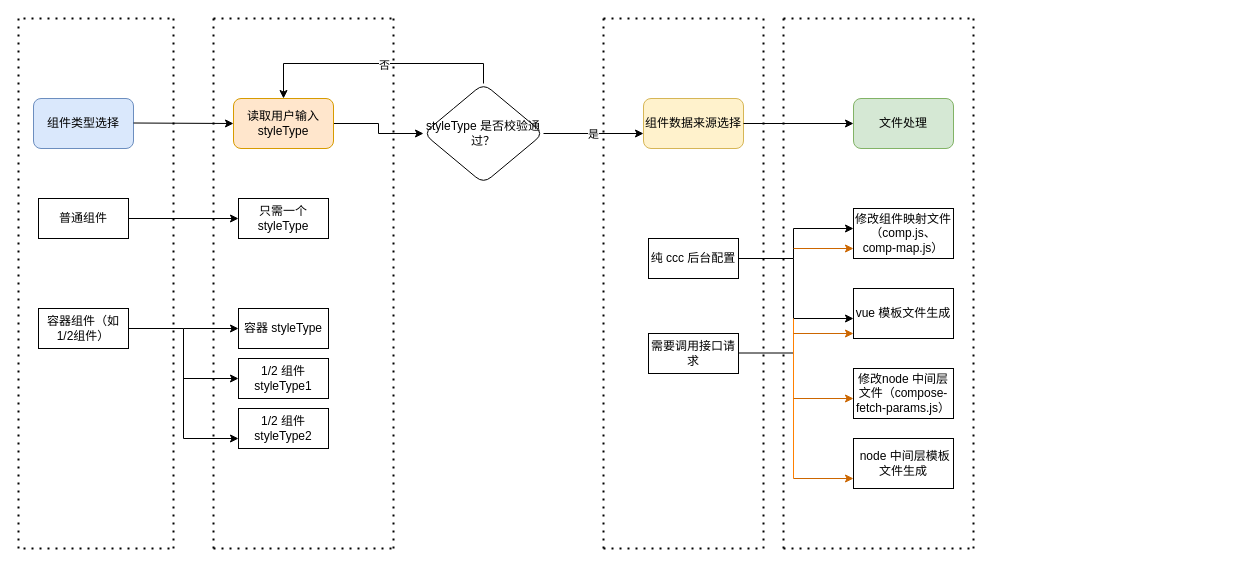
Before: 未命名绘图.drawio in xiaoming-hetao/fileHandler, a draw.io diagram. Source tidied: cells renumbered, new cells numbered last; positions are measured from the earlier drawing's top-left corner, leaving out a move shared by most shapes. Both pictures are drawn from the tidied source at 100%, with x=0, y=0 at pixel (18, 18).
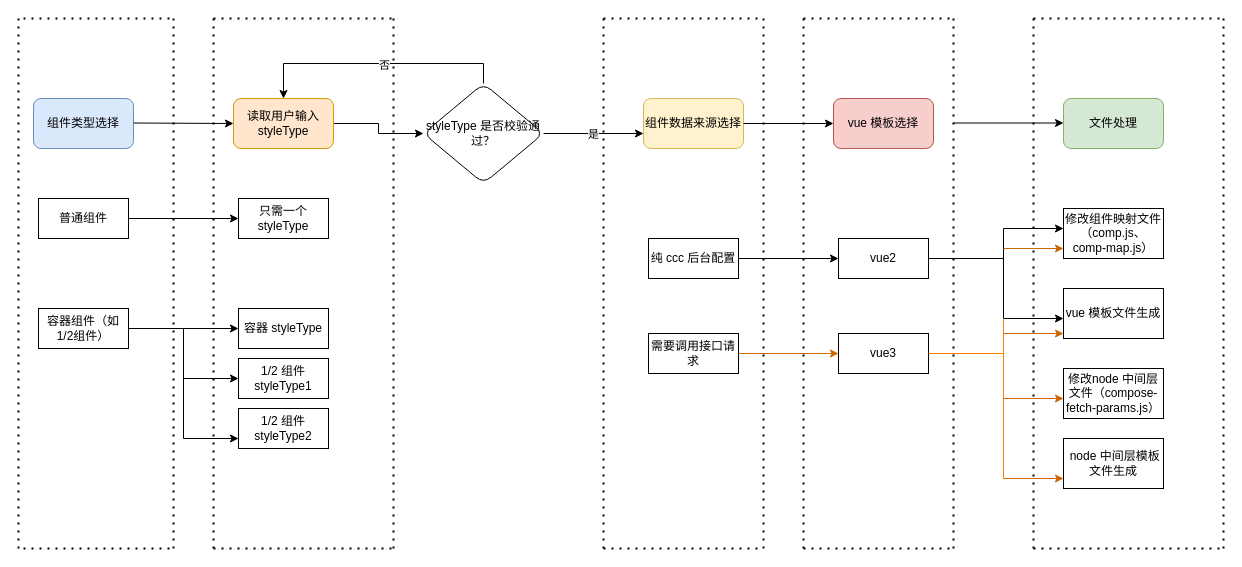
Above is the later version.

Commit message:
更新未命名绘图.drawio

Unchanged cells that the change refers to:
```xml
<mxCell id="5" value="组件数据来源选择" style="rounded=1;whiteSpace=wrap;html=1;fillColor=#fff2cc;strokeColor=#d6b656;" parent="1" vertex="1">
  <mxGeometry x="625" y="80" width="100" height="50" as="geometry" />
</mxCell>
<mxCell id="23" value="需要调用接口请求" style="rounded=0;whiteSpace=wrap;html=1;" parent="1" vertex="1">
  <mxGeometry x="630" y="315" width="90" height="40" as="geometry" />
</mxCell>
```

What changed in the source:
```diff
@@
-    <mxCell id="24" value="文件处理" style="rounded=1;whiteSpace=wrap;html=1;fillColor=#d5e8d4;strokeColor=#82b366;" parent="1" vertex="1">
-      <mxGeometry x="835" y="80" width="100" height="50" as="geometry" />
+    <mxCell id="24" value="vue 模板选择" style="rounded=1;whiteSpace=wrap;html=1;fillColor=#f8cecc;strokeColor=#b85450;" parent="1" vertex="1">
+      <mxGeometry x="815" y="80" width="100" height="50" as="geometry" />
     </mxCell>
     <mxCell id="25" value="修改组件映射文件（comp.js、comp-map.js）" style="rounded=0;whiteSpace=wrap;html=1;" parent="1" vertex="1">
-      <mxGeometry x="835" y="190" width="100" height="50" as="geometry" />
+      <mxGeometry x="1045" y="190" width="100" height="50" as="geometry" />
     </mxCell>
     <mxCell id="26" value="修改node 中间层文件（compose-fetch-params.js）" style="rounded=0;whiteSpace=wrap;html=1;" parent="1" vertex="1">
-      <mxGeometry x="835" y="350" width="100" height="50" as="geometry" />
+      <mxGeometry x="1045" y="350" width="100" height="50" as="geometry" />
     </mxCell>
     <mxCell id="27" value="vue 模板文件生成" style="rounded=0;whiteSpace=wrap;html=1;" parent="1" vertex="1">
-      <mxGeometry x="835" y="270" width="100" height="50" as="geometry" />
+      <mxGeometry x="1045" y="270" width="100" height="50" as="geometry" />
     </mxCell>
     <mxCell id="28" value="&amp;nbsp;node 中间层模板文件生成" style="rounded=0;whiteSpace=wrap;html=1;" parent="1" vertex="1">
-      <mxGeometry x="835" y="420" width="100" height="50" as="geometry" />
+      <mxGeometry x="1045" y="420" width="100" height="50" as="geometry" />
     </mxCell>
     <mxCell id="29" style="endArrow=classic;html=1;rounded=0;" parent="1" edge="1">
       <mxGeometry relative="1" as="geometry">
-        <mxPoint x="775" y="210" as="sourcePoint" />
-        <mxPoint x="835" y="210" as="targetPoint" />
+        <mxPoint x="985" y="210" as="sourcePoint" />
+        <mxPoint x="1045" y="210" as="targetPoint" />
       </mxGeometry>
     </mxCell>
-    <mxCell id="30" style="endArrow=none;html=1;rounded=0;" parent="1" edge="1">
+    <mxCell id="30" style="endArrow=none;html=1;rounded=0;exitX=1;exitY=0.5;exitDx=0;exitDy=0;" parent="1" edge="1" source="64">
       <mxGeometry relative="1" as="geometry">
-        <mxPoint x="720" y="240" as="sourcePoint" />
-        <mxPoint x="775" y="240" as="targetPoint" />
+        <mxPoint x="985" y="240" as="targetPoint" />
       </mxGeometry>
     </mxCell>
     <mxCell id="31" style="endArrow=none;html=1;rounded=0;" parent="1" edge="1">
       <mxGeometry relative="1" as="geometry">
-        <mxPoint x="775" y="240" as="sourcePoint" />
-        <mxPoint x="775" y="210" as="targetPoint" />
+        <mxPoint x="985" y="240" as="sourcePoint" />
+        <mxPoint x="985" y="210" as="targetPoint" />
       </mxGeometry>
     </mxCell>
     <mxCell id="32" style="endArrow=none;html=1;rounded=0;" parent="1" edge="1">
       <mxGeometry relative="1" as="geometry">
-        <mxPoint x="775" y="300" as="sourcePoint" />
-        <mxPoint x="775" y="240" as="targetPoint" />
+        <mxPoint x="985" y="300" as="sourcePoint" />
+        <mxPoint x="985" y="240" as="targetPoint" />
       </mxGeometry>
     </mxCell>
     <mxCell id="33" style="endArrow=classic;html=1;rounded=0;" parent="1" edge="1">
       <mxGeometry relative="1" as="geometry">
-        <mxPoint x="775" y="300" as="sourcePoint" />
-        <mxPoint x="835" y="300" as="targetPoint" />
+        <mxPoint x="985" y="300" as="sourcePoint" />
+        <mxPoint x="1045" y="300" as="targetPoint" />
       </mxGeometry>
     </mxCell>
-    <mxCell id="34" style="endArrow=none;html=1;rounded=0;" parent="1" edge="1">
-      <mxGeometry relative="1" as="geometry">
-        <mxPoint x="720" y="334.5" as="sourcePoint" />
-        <mxPoint x="775" y="334.5" as="targetPoint" />
-      </mxGeometry>
-    </mxCell>
     <mxCell id="35" style="endArrow=none;html=1;rounded=0;strokeColor=#FF8000;" parent="1" edge="1">
       <mxGeometry relative="1" as="geometry">
-        <mxPoint x="775" y="460" as="sourcePoint" />
-        <mxPoint x="775" y="300" as="targetPoint" />
+        <mxPoint x="985" y="460" as="sourcePoint" />
+        <mxPoint x="985" y="300" as="targetPoint" />
       </mxGeometry>
     </mxCell>
     <mxCell id="36" style="endArrow=classic;html=1;rounded=0;strokeColor=#CC6600;" parent="1" edge="1">
       <mxGeometry relative="1" as="geometry">
-        <mxPoint x="775" y="315" as="sourcePoint" />
-        <mxPoint x="835" y="315" as="targetPoint" />
+        <mxPoint x="985" y="315" as="sourcePoint" />
+        <mxPoint x="1045" y="315" as="targetPoint" />
       </mxGeometry>
     </mxCell>
     <mxCell id="37" style="endArrow=classic;html=1;rounded=0;strokeColor=#CC6600;" parent="1" edge="1">
       <mxGeometry relative="1" as="geometry">
-        <mxPoint x="775" y="230" as="sourcePoint" />
-        <mxPoint x="835" y="230" as="targetPoint" />
+        <mxPoint x="985" y="230" as="sourcePoint" />
+        <mxPoint x="1045" y="230" as="targetPoint" />
       </mxGeometry>
     </mxCell>
     <mxCell id="38" style="endArrow=classic;html=1;rounded=0;strokeColor=#CC6600;" parent="1" edge="1">
       <mxGeometry relative="1" as="geometry">
-        <mxPoint x="775" y="380" as="sourcePoint" />
-        <mxPoint x="835" y="380" as="targetPoint" />
+        <mxPoint x="985" y="380" as="sourcePoint" />
+        <mxPoint x="1045" y="380" as="targetPoint" />
       </mxGeometry>
     </mxCell>
     <mxCell id="39" style="endArrow=classic;html=1;rounded=0;strokeColor=#CC6600;" parent="1" edge="1">
       <mxGeometry relative="1" as="geometry">
-        <mxPoint x="775" y="460" as="sourcePoint" />
-        <mxPoint x="835" y="460" as="targetPoint" />
+        <mxPoint x="985" y="460" as="sourcePoint" />
+        <mxPoint x="1045" y="460" as="targetPoint" />
       </mxGeometry>
     </mxCell>
-    <mxCell id="40" style="endArrow=classic;html=1;rounded=0;exitX=1;exitY=0.5;exitDx=0;exitDy=0;entryX=0;entryY=0.5;entryDx=0;entryDy=0;" parent="1" edge="1" source="5" target="24">
-      <mxGeometry relative="1" as="geometry" />
+    <mxCell id="40" style="endArrow=classic;html=1;rounded=0;exitX=1;exitY=0.5;exitDx=0;exitDy=0;" parent="1" edge="1" source="5">
+      <mxGeometry relative="1" as="geometry">
+        <mxPoint x="815" y="105" as="targetPoint" />
+      </mxGeometry>
     </mxCell>
@@
     <mxCell id="48" style="endArrow=none;dashed=1;html=1;dashPattern=1 3;strokeWidth=2;rounded=0;" parent="1" edge="1">
       <mxGeometry relative="1" as="geometry">
-        <mxPoint x="955" y="530" as="sourcePoint" />
-        <mxPoint x="955" as="targetPoint" />
+        <mxPoint x="1205" y="530" as="sourcePoint" />
+        <mxPoint x="1205" as="targetPoint" />
       </mxGeometry>
     </mxCell>
@@
     <mxCell id="55" style="endArrow=none;dashed=1;html=1;dashPattern=1 3;strokeWidth=2;rounded=0;" parent="1" edge="1">
       <mxGeometry relative="1" as="geometry">
-        <mxPoint x="765" y="530" as="sourcePoint" />
-        <mxPoint x="765" as="targetPoint" />
+        <mxPoint x="1015" y="530" as="sourcePoint" />
+        <mxPoint x="1015" as="targetPoint" />
       </mxGeometry>
     </mxCell>
     <mxCell id="56" style="endArrow=none;dashed=1;html=1;dashPattern=1 3;strokeWidth=2;rounded=0;" parent="1" edge="1">
       <mxGeometry relative="1" as="geometry">
-        <mxPoint x="765" as="sourcePoint" />
-        <mxPoint x="955" as="targetPoint" />
+        <mxPoint x="1015" as="sourcePoint" />
+        <mxPoint x="1205" as="targetPoint" />
       </mxGeometry>
     </mxCell>
     <mxCell id="57" style="endArrow=none;dashed=1;html=1;dashPattern=1 3;strokeWidth=2;rounded=0;" parent="1" edge="1">
       <mxGeometry relative="1" as="geometry">
-        <mxPoint x="765" y="530" as="sourcePoint" />
-        <mxPoint x="955" y="530" as="targetPoint" />
+        <mxPoint x="1015" y="530" as="sourcePoint" />
+        <mxPoint x="1205" y="530" as="targetPoint" />
       </mxGeometry>
     </mxCell>
+    <mxCell id="58" value="文件处理" style="rounded=1;whiteSpace=wrap;html=1;fillColor=#d5e8d4;strokeColor=#82b366;" parent="1" vertex="1">
+      <mxGeometry x="1045" y="80" width="100" height="50" as="geometry" />
+    </mxCell>
+    <mxCell id="59" style="endArrow=classic;html=1;rounded=0;exitX=1;exitY=0.5;exitDx=0;exitDy=0;entryX=0;entryY=0.5;entryDx=0;entryDy=0;" parent="1" edge="1">
+      <mxGeometry relative="1" as="geometry">
+        <mxPoint x="935" y="104.5" as="sourcePoint" />
+        <mxPoint x="1045" y="104.5" as="targetPoint" />
+      </mxGeometry>
+    </mxCell>
+    <mxCell id="60" style="endArrow=none;dashed=1;html=1;dashPattern=1 3;strokeWidth=2;rounded=0;" parent="1" edge="1">
+      <mxGeometry relative="1" as="geometry">
+        <mxPoint x="785" y="530" as="sourcePoint" />
+        <mxPoint x="785" as="targetPoint" />
+      </mxGeometry>
+    </mxCell>
+    <mxCell id="61" style="endArrow=none;dashed=1;html=1;dashPattern=1 3;strokeWidth=2;rounded=0;" parent="1" edge="1">
+      <mxGeometry relative="1" as="geometry">
+        <mxPoint x="935" y="530" as="sourcePoint" />
+        <mxPoint x="935" as="targetPoint" />
+      </mxGeometry>
+    </mxCell>
+    <mxCell id="62" style="endArrow=none;dashed=1;html=1;dashPattern=1 3;strokeWidth=2;rounded=0;" parent="1" edge="1">
+      <mxGeometry relative="1" as="geometry">
+        <mxPoint x="785" as="sourcePoint" />
+        <mxPoint x="935" as="targetPoint" />
+      </mxGeometry>
+    </mxCell>
+    <mxCell id="63" style="endArrow=none;dashed=1;html=1;dashPattern=1 3;strokeWidth=2;rounded=0;" parent="1" edge="1">
+      <mxGeometry relative="1" as="geometry">
+        <mxPoint x="785" y="530" as="sourcePoint" />
+        <mxPoint x="935" y="530" as="targetPoint" />
+      </mxGeometry>
+    </mxCell>
+    <mxCell id="64" value="vue2" style="rounded=0;whiteSpace=wrap;html=1;" parent="1" vertex="1">
+      <mxGeometry x="820" y="220" width="90" height="40" as="geometry" />
+    </mxCell>
+    <mxCell id="65" value="vue3" style="rounded=0;whiteSpace=wrap;html=1;" parent="1" vertex="1">
+      <mxGeometry x="820" y="315" width="90" height="40" as="geometry" />
+    </mxCell>
+    <mxCell id="66" style="endArrow=classic;html=1;rounded=0;exitX=1;exitY=0.5;exitDx=0;exitDy=0;entryX=0;entryY=0.5;entryDx=0;entryDy=0;" parent="1" edge="1" target="64">
+      <mxGeometry relative="1" as="geometry">
+        <mxPoint x="720" y="240" as="sourcePoint" />
+      </mxGeometry>
+    </mxCell>
+    <mxCell id="67" style="endArrow=classic;html=1;rounded=0;strokeColor=#CC6600;entryX=0;entryY=0.5;entryDx=0;entryDy=0;exitX=1;exitY=0.5;exitDx=0;exitDy=0;" parent="1" edge="1" source="23" target="65">
+      <mxGeometry relative="1" as="geometry" />
+    </mxCell>
+    <mxCell id="68" style="endArrow=none;html=1;rounded=0;strokeColor=#FF8000;entryX=1;entryY=0.5;entryDx=0;entryDy=0;entryPerimeter=0;" parent="1" edge="1" target="65">
+      <mxGeometry relative="1" as="geometry">
+        <mxPoint x="985" y="335" as="sourcePoint" />
+      </mxGeometry>
+    </mxCell>
```
